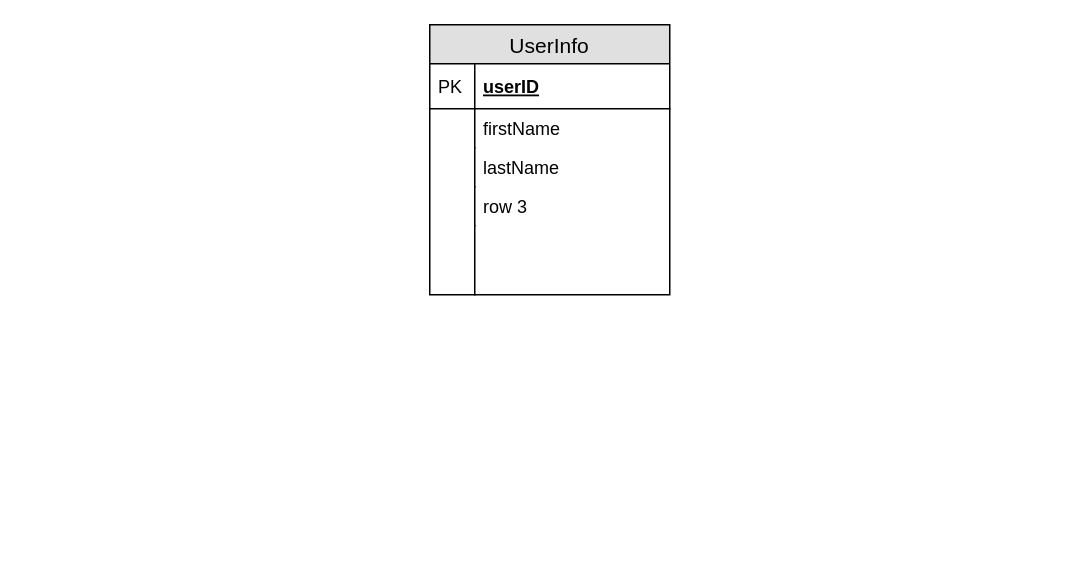
The draw.io diagram GroupAssignment2.drawio in steelab/IST210, before the edit. Source tidied: cells renumbered, new cells numbered last; positions are measured from the earlier drawing's top-left corner, leaving out a move shared by most shapes. Both pictures are drawn from the tidied source at 150%, with x=0, y=0 at pixel (429, 24).
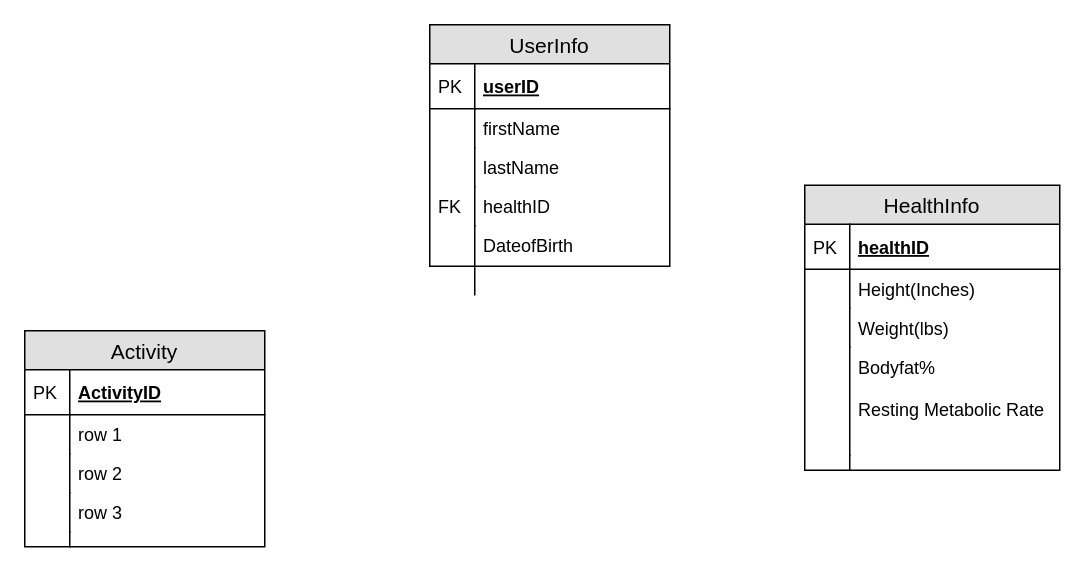
The same diagram, later.

What changed in the source:
```diff
@@
     <mxCell id="2" value="UserInfo" style="swimlane;fontStyle=0;horizontal=1;startSize=26;fillColor=#e0e0e0;swimlaneFillColor=#ffffff;align=center;fontSize=14;" parent="1" vertex="1">
-      <mxGeometry width="160" height="180" as="geometry" />
+      <mxGeometry width="160" height="161" as="geometry" />
     </mxCell>
@@
-    <mxCell id="9" value="row 3" style="shape=partialRectangle;top=0;left=0;right=0;bottom=0;align=left;verticalAlign=top;fillColor=none;spacingLeft=34;spacingRight=4;overflow=hidden;fontSize=12;" parent="2" vertex="1">
+    <mxCell id="9" value="healthID" style="shape=partialRectangle;top=0;left=0;right=0;bottom=0;align=left;verticalAlign=top;fillColor=none;spacingLeft=34;spacingRight=4;overflow=hidden;fontSize=12;" parent="2" vertex="1">
       <mxGeometry y="108" width="160" height="26" as="geometry" />
     </mxCell>
-    <mxCell id="10" style="shape=partialRectangle;top=0;left=0;bottom=0;fillColor=none;align=left;verticalAlign=top;spacingLeft=4;spacingRight=4;overflow=hidden;fontSize=12;" parent="9" vertex="1">
+    <mxCell id="10" value="FK" style="shape=partialRectangle;top=0;left=0;bottom=0;fillColor=none;align=left;verticalAlign=top;spacingLeft=4;spacingRight=4;overflow=hidden;fontSize=12;" parent="9" vertex="1">
       <mxGeometry width="30" height="26" as="geometry" />
     </mxCell>
-    <mxCell id="11" style="shape=partialRectangle;top=0;left=0;right=0;bottom=0;align=left;verticalAlign=top;fillColor=none;spacingLeft=34;spacingRight=4;overflow=hidden;fontSize=12;" parent="2" vertex="1">
-      <mxGeometry y="134" width="160" height="46" as="geometry" />
+    <mxCell id="11" value="DateofBirth&#10;&#10;" style="shape=partialRectangle;top=0;left=0;right=0;bottom=0;align=left;verticalAlign=top;fillColor=none;spacingLeft=34;spacingRight=4;overflow=hidden;fontSize=12;" parent="2" vertex="1">
+      <mxGeometry y="134" width="160" height="27" as="geometry" />
     </mxCell>
@@
+    <mxCell id="13" value="HealthInfo" style="swimlane;fontStyle=0;horizontal=1;startSize=26;fillColor=#e0e0e0;swimlaneFillColor=#ffffff;align=center;fontSize=14;" parent="1" vertex="1">
+      <mxGeometry x="250" y="107" width="170" height="190" as="geometry" />
+    </mxCell>
+    <mxCell id="14" value="healthID" style="shape=partialRectangle;top=0;left=0;right=0;bottom=1;align=left;verticalAlign=middle;fillColor=none;spacingLeft=34;spacingRight=4;overflow=hidden;fontStyle=5;fontSize=12;" parent="13" vertex="1">
+      <mxGeometry y="26" width="170" height="30" as="geometry" />
+    </mxCell>
+    <mxCell id="15" value="PK" style="shape=partialRectangle;top=0;left=0;bottom=0;fillColor=none;align=left;verticalAlign=middle;spacingLeft=4;spacingRight=4;overflow=hidden;fontSize=12;" parent="14" vertex="1">
+      <mxGeometry width="30" height="30" as="geometry" />
+    </mxCell>
+    <mxCell id="16" value="Height(Inches)" style="shape=partialRectangle;top=0;left=0;right=0;bottom=0;align=left;verticalAlign=top;fillColor=none;spacingLeft=34;spacingRight=4;overflow=hidden;fontSize=12;" parent="13" vertex="1">
+      <mxGeometry y="56" width="170" height="26" as="geometry" />
+    </mxCell>
+    <mxCell id="17" style="shape=partialRectangle;top=0;left=0;bottom=0;fillColor=none;align=left;verticalAlign=top;spacingLeft=4;spacingRight=4;overflow=hidden;fontSize=12;" parent="16" vertex="1">
+      <mxGeometry width="30" height="26" as="geometry" />
+    </mxCell>
+    <mxCell id="18" value="Weight(lbs)" style="shape=partialRectangle;top=0;left=0;right=0;bottom=0;align=left;verticalAlign=top;fillColor=none;spacingLeft=34;spacingRight=4;overflow=hidden;fontSize=12;" parent="13" vertex="1">
+      <mxGeometry y="82" width="170" height="26" as="geometry" />
+    </mxCell>
+    <mxCell id="19" style="shape=partialRectangle;top=0;left=0;bottom=0;fillColor=none;align=left;verticalAlign=top;spacingLeft=4;spacingRight=4;overflow=hidden;fontSize=12;" parent="18" vertex="1">
+      <mxGeometry width="30" height="26" as="geometry" />
+    </mxCell>
+    <mxCell id="20" value="Bodyfat%&#10;&#10;Resting Metabolic Rate&#10;" style="shape=partialRectangle;top=0;left=0;right=0;bottom=0;align=left;verticalAlign=top;fillColor=none;spacingLeft=34;spacingRight=4;overflow=hidden;fontSize=12;" parent="13" vertex="1">
+      <mxGeometry y="108" width="170" height="72" as="geometry" />
+    </mxCell>
+    <mxCell id="21" value="&#10;&#10;" style="shape=partialRectangle;top=0;left=0;bottom=0;fillColor=none;align=left;verticalAlign=top;spacingLeft=4;spacingRight=4;overflow=hidden;fontSize=12;" parent="20" vertex="1">
+      <mxGeometry width="30" height="72" as="geometry" />
+    </mxCell>
+    <mxCell id="22" style="shape=partialRectangle;top=0;left=0;right=0;bottom=0;align=left;verticalAlign=top;fillColor=none;spacingLeft=34;spacingRight=4;overflow=hidden;fontSize=12;" parent="13" vertex="1">
+      <mxGeometry y="180" width="170" height="10" as="geometry" />
+    </mxCell>
+    <mxCell id="23" style="shape=partialRectangle;top=0;left=0;bottom=0;fillColor=none;align=left;verticalAlign=top;spacingLeft=4;spacingRight=4;overflow=hidden;fontSize=12;" parent="22" vertex="1">
+      <mxGeometry width="30" height="10" as="geometry" />
+    </mxCell>
+    <mxCell id="24" value="Activity" style="swimlane;fontStyle=0;horizontal=1;startSize=26;fillColor=#e0e0e0;swimlaneFillColor=#ffffff;align=center;fontSize=14;" parent="1" vertex="1">
+      <mxGeometry x="-270" y="204" width="160" height="144" as="geometry" />
+    </mxCell>
+    <mxCell id="25" value="ActivityID" style="shape=partialRectangle;top=0;left=0;right=0;bottom=1;align=left;verticalAlign=middle;fillColor=none;spacingLeft=34;spacingRight=4;overflow=hidden;fontStyle=5;fontSize=12;" parent="24" vertex="1">
+      <mxGeometry y="26" width="160" height="30" as="geometry" />
+    </mxCell>
+    <mxCell id="26" value="PK" style="shape=partialRectangle;top=0;left=0;bottom=0;fillColor=none;align=left;verticalAlign=middle;spacingLeft=4;spacingRight=4;overflow=hidden;fontSize=12;" parent="25" vertex="1">
+      <mxGeometry width="30" height="30" as="geometry" />
+    </mxCell>
+    <mxCell id="27" value="row 1" style="shape=partialRectangle;top=0;left=0;right=0;bottom=0;align=left;verticalAlign=top;fillColor=none;spacingLeft=34;spacingRight=4;overflow=hidden;fontSize=12;" parent="24" vertex="1">
+      <mxGeometry y="56" width="160" height="26" as="geometry" />
+    </mxCell>
+    <mxCell id="28" style="shape=partialRectangle;top=0;left=0;bottom=0;fillColor=none;align=left;verticalAlign=top;spacingLeft=4;spacingRight=4;overflow=hidden;fontSize=12;" parent="27" vertex="1">
+      <mxGeometry width="30" height="26" as="geometry" />
+    </mxCell>
+    <mxCell id="29" value="row 2" style="shape=partialRectangle;top=0;left=0;right=0;bottom=0;align=left;verticalAlign=top;fillColor=none;spacingLeft=34;spacingRight=4;overflow=hidden;fontSize=12;" parent="24" vertex="1">
+      <mxGeometry y="82" width="160" height="26" as="geometry" />
+    </mxCell>
+    <mxCell id="30" style="shape=partialRectangle;top=0;left=0;bottom=0;fillColor=none;align=left;verticalAlign=top;spacingLeft=4;spacingRight=4;overflow=hidden;fontSize=12;" parent="29" vertex="1">
+      <mxGeometry width="30" height="26" as="geometry" />
+    </mxCell>
+    <mxCell id="31" value="row 3" style="shape=partialRectangle;top=0;left=0;right=0;bottom=0;align=left;verticalAlign=top;fillColor=none;spacingLeft=34;spacingRight=4;overflow=hidden;fontSize=12;" parent="24" vertex="1">
+      <mxGeometry y="108" width="160" height="26" as="geometry" />
+    </mxCell>
+    <mxCell id="32" style="shape=partialRectangle;top=0;left=0;bottom=0;fillColor=none;align=left;verticalAlign=top;spacingLeft=4;spacingRight=4;overflow=hidden;fontSize=12;" parent="31" vertex="1">
+      <mxGeometry width="30" height="26" as="geometry" />
+    </mxCell>
+    <mxCell id="33" style="shape=partialRectangle;top=0;left=0;right=0;bottom=0;align=left;verticalAlign=top;fillColor=none;spacingLeft=34;spacingRight=4;overflow=hidden;fontSize=12;" parent="24" vertex="1">
+      <mxGeometry y="134" width="160" height="10" as="geometry" />
+    </mxCell>
+    <mxCell id="34" style="shape=partialRectangle;top=0;left=0;bottom=0;fillColor=none;align=left;verticalAlign=top;spacingLeft=4;spacingRight=4;overflow=hidden;fontSize=12;" parent="33" vertex="1">
+      <mxGeometry width="30" height="10" as="geometry" />
+    </mxCell>
```
